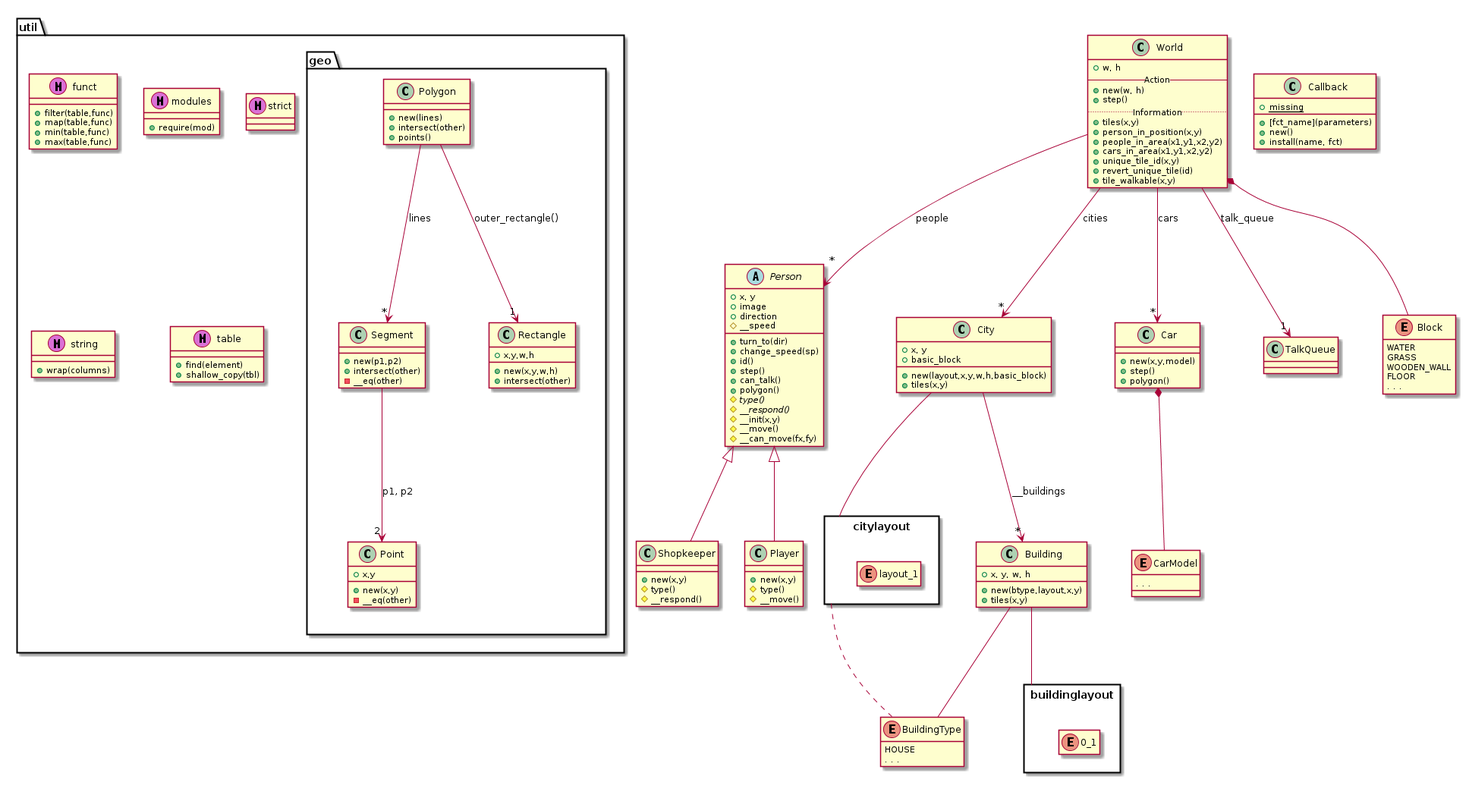
The PlantUML diagram doc/engine.png in andrenho/newhope, before a commit. Its diagram source:
```plantuml
@startuml

World  -->  "*" Person : people
World  -->  "*" City : cities
World  -->  "*" Car : cars
World  -->  "1" TalkQueue: talk_queue
City   -->  "*" Building : __buildings
Building -- enum BuildingType
Person <|-- Player
Person <|-- Shopkeeper

package buildinglayout <<Rect>> {
  enum 0_1
}
Building -- buildinglayout

package citylayout <<Rect>> {
  enum layout_1
}
City -- citylayout
citylayout .. enum BuildingType

Car *-- CarModel

World *-- enum Block

package util {
  class funct << (M,orchid) >>
  class modules << (M,orchid) >>
  class strict << (M,orchid) >>
  class string << (M,orchid) >>
  class table << (M,orchid) >>
  package geo {
    class Point
    class Segment
    class Polygon
    class Rectangle
    Segment --> "2" Point: p1, p2
    Polygon --> "*" Segment: lines
    Polygon --> "1" Rectangle: outer_rectangle()
  }
}

class World {
  +w, h
  -- Action --
  +new(w, h)
  +step()
  .. Information ..
  +tiles(x,y)
  +person_in_position(x,y)
  +people_in_area(x1,y1,x2,y2)
  +cars_in_area(x1,y1,x2,y2)
  +unique_tile_id(x,y)
  +revert_unique_tile(id)
  +tile_walkable(x,y)
}

abstract class Person {
  +x, y
  +image
  +direction
  #__speed
  +turn_to(dir)
  +change_speed(sp)
  +id()
  +step()
  +can_talk()
  +polygon()
  #{abstract} type()
  #{abstract} __respond()
  #__init(x,y)
  #__move()
  #__can_move(fx,fy)
}

class Player {
  +new(x,y)
  #type()
  #__move()
}

class Shopkeeper {
  +new(x,y)
  #type()
  #__respond()
}

class Car {
  +new(x,y,model)
  +step()
  +polygon()
}

enum CarModel {
  . . .
}

class City {
  +x, y
  +basic_block
  +new(layout,x,y,w,h,basic_block)
  +tiles(x,y)
}

class Building {
  +x, y, w, h
  +new(btype,layout,x,y)
  +tiles(x,y)
}

enum Block {
  WATER
  GRASS
  WOODEN_WALL
  FLOOR
  . . .
}
hide enum Block methods

enum BuildingType {
  HOUSE
  . . .
}
hide enum BuildingType methods

hide enum layout_1 members
hide enum layout_1 methods
hide enum 0_1 members
hide enum 0_1 methods

class Callback {
  +[fct_name](parameters)
  +new()
  +install(name, fct)
  +{static} missing
}

class funct {
  +filter(table,func)
  +map(table,func)
  +min(table,func)
  +max(table,func)
}

class modules {
  +require(mod)
}

class string {
  +wrap(columns)
}

class table {
  +find(element)
  +shallow_copy(tbl)
}

class Point {
  +x,y
  +new(x,y)
  -__eq(other)
}

class Segment {
  +new(p1,p2)
  +intersect(other)
  -__eq(other)
}

class Polygon {
  +new(lines)
  +intersect(other)
  +points()
}

class Rectangle {
  +x,y,w,h
  +new(x,y,w,h)
  +intersect(other)
}

@enduml
```
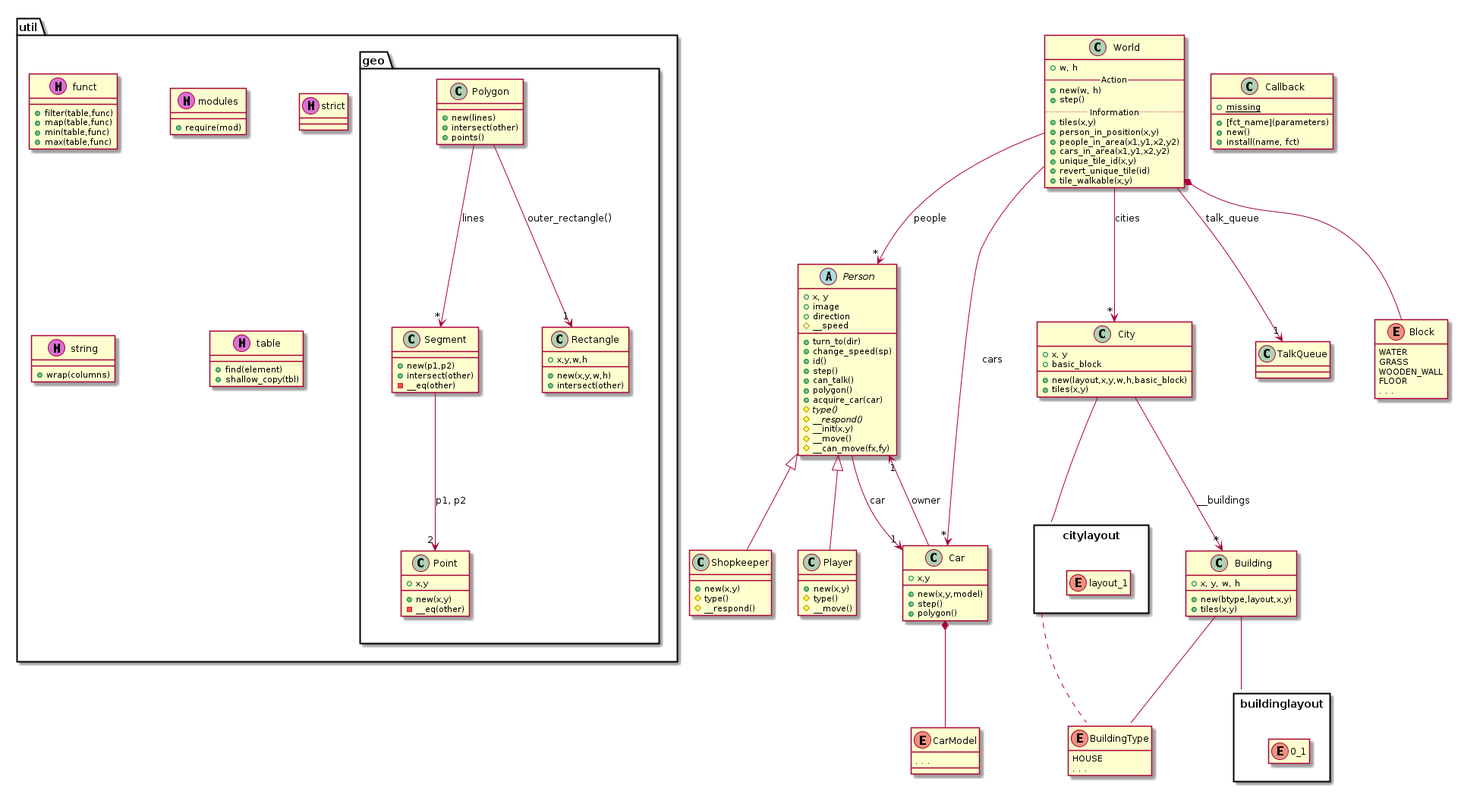
After the commit.

Change to the diagram source:
```diff
@@ -8,6 +8,9 @@
 Building -- enum BuildingType
 Person <|-- Player
 Person <|-- Shopkeeper
+
+Person --> "1" Car : car
+Car --> "1" Person : owner
 
 package buildinglayout <<Rect>> {
   enum 0_1
@@ -67,6 +70,7 @@
   +step()
   +can_talk()
   +polygon()
+  +acquire_car(car)
   #{abstract} type()
   #{abstract} __respond()
   #__init(x,y)
@@ -87,6 +91,7 @@
 }
 
 class Car {
+  +x,y
   +new(x,y,model)
   +step()
   +polygon()
```
